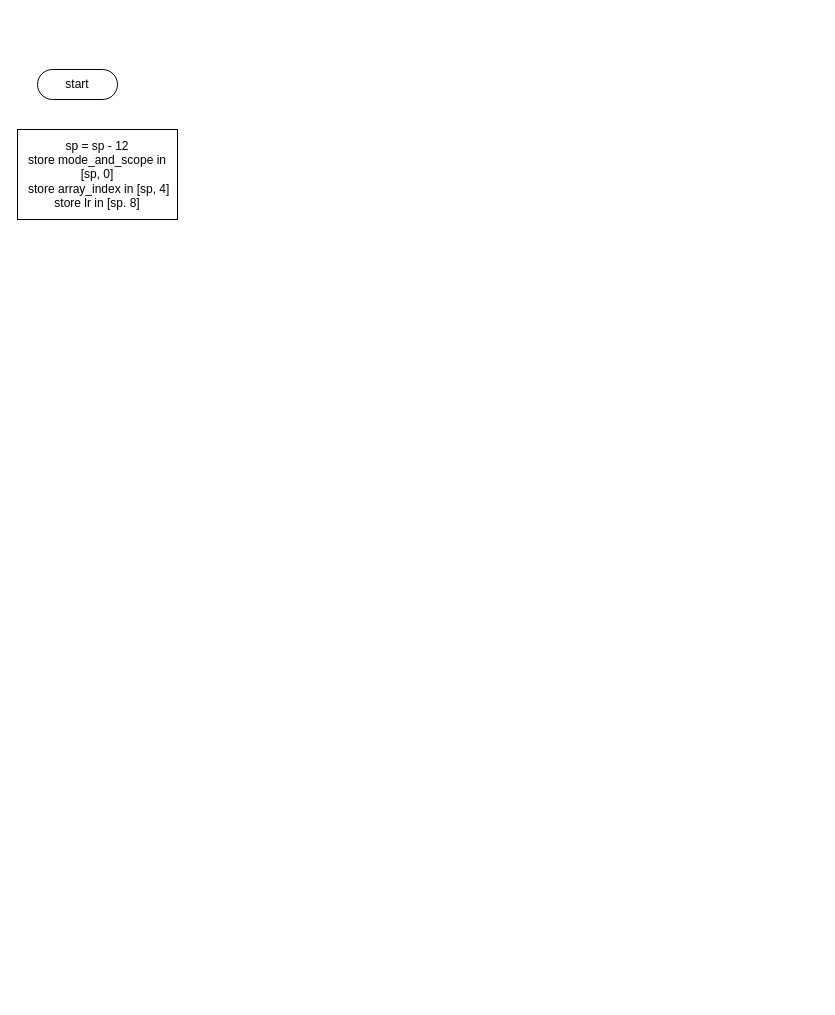
Before: flowChart.drawio in MJ159023/drawio, a draw.io diagram. Source tidied: cells renumbered, new cells numbered last; positions are measured from the earlier drawing's top-left corner, leaving out a move shared by most shapes. Both pictures are drawn from the tidied source at 100%, with x=0, y=0 at pixel (17, 69).
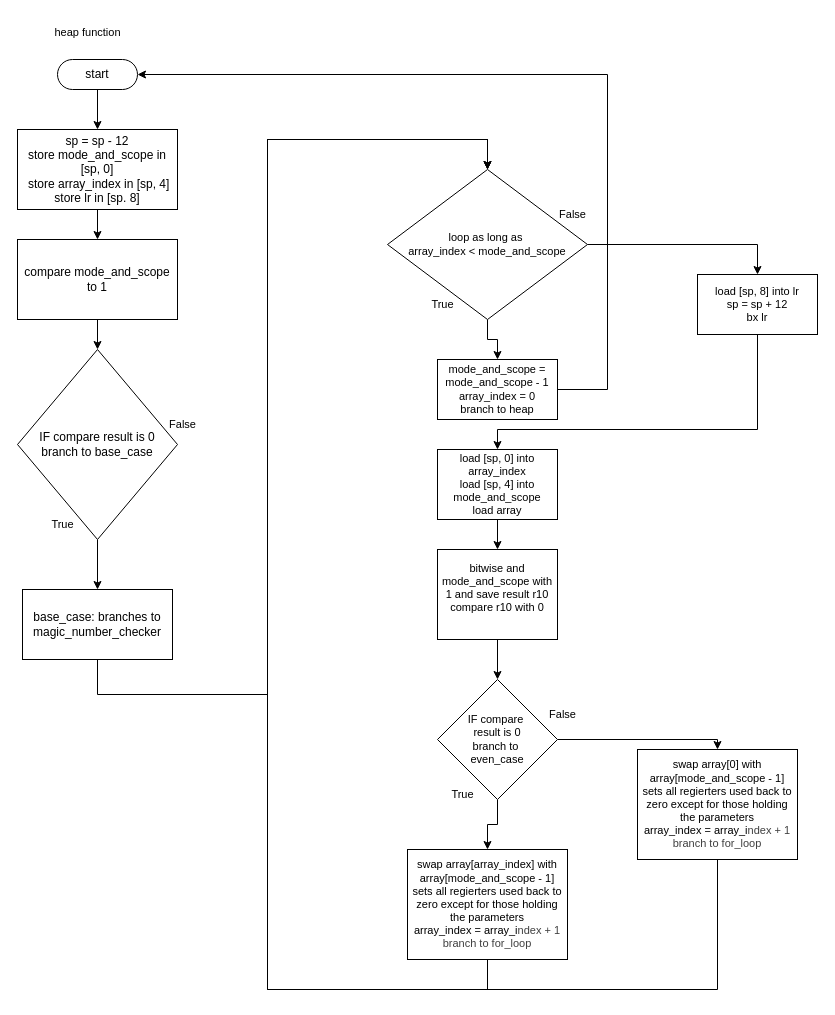
Above is the later version.

The edit, as a diff of the source:
```diff
@@
+    <mxCell id="4" style="edgeStyle=orthogonalEdgeStyle;shape=connector;rounded=0;html=1;strokeColor=default;align=center;verticalAlign=middle;fontFamily=Helvetica;fontSize=11;fontColor=default;labelBackgroundColor=default;endArrow=classic;" parent="1" edge="1" source="2" target="3">
+      <mxGeometry relative="1" as="geometry" />
+    </mxCell>
     <mxCell id="2" value="start" style="html=1;dashed=0;whiteSpace=wrap;shape=mxgraph.dfd.start;" parent="1" vertex="1">
-      <mxGeometry x="20" width="80" height="30" as="geometry" />
+      <mxGeometry x="40" y="-10" width="80" height="30" as="geometry" />
     </mxCell>
+    <mxCell id="5" style="edgeStyle=orthogonalEdgeStyle;shape=connector;rounded=0;html=1;exitX=0.5;exitY=1;exitDx=0;exitDy=0;entryX=0.5;entryY=0;entryDx=0;entryDy=0;strokeColor=default;align=center;verticalAlign=middle;fontFamily=Helvetica;fontSize=11;fontColor=default;labelBackgroundColor=default;endArrow=classic;" parent="1" edge="1" source="3" target="7">
+      <mxGeometry relative="1" as="geometry" />
+    </mxCell>
     <mxCell id="3" value="sp = sp - 12&lt;div&gt;store mode_and_scope in [sp, 0]&lt;/div&gt;&lt;div&gt;&amp;nbsp;store array_index in [sp, 4]&lt;/div&gt;&lt;div&gt;store lr in [sp. 8]&lt;/div&gt;" style="rounded=0;whiteSpace=wrap;html=1;" parent="1" vertex="1">
-      <mxGeometry y="60" width="160" height="90" as="geometry" />
+      <mxGeometry y="60" width="160" height="80" as="geometry" />
     </mxCell>
+    <mxCell id="6" style="edgeStyle=orthogonalEdgeStyle;shape=connector;rounded=0;html=1;exitX=0.5;exitY=1;exitDx=0;exitDy=0;entryX=0.5;entryY=0;entryDx=0;entryDy=0;strokeColor=default;align=center;verticalAlign=middle;fontFamily=Helvetica;fontSize=11;fontColor=default;labelBackgroundColor=default;endArrow=classic;" parent="1" edge="1" source="7" target="9">
+      <mxGeometry relative="1" as="geometry" />
+    </mxCell>
+    <mxCell id="7" value="compare mode_and_scope to 1" style="rounded=0;whiteSpace=wrap;html=1;" parent="1" vertex="1">
+      <mxGeometry y="170" width="160" height="80" as="geometry" />
+    </mxCell>
+    <mxCell id="8" style="edgeStyle=orthogonalEdgeStyle;html=1;exitX=0.5;exitY=1;exitDx=0;exitDy=0;rounded=0;" parent="1" edge="1" source="9" target="11">
+      <mxGeometry relative="1" as="geometry" />
+    </mxCell>
+    <mxCell id="9" value="IF compare result is 0&lt;div&gt;branch to base_case&lt;/div&gt;" style="rhombus;whiteSpace=wrap;html=1;" parent="1" vertex="1">
+      <mxGeometry y="280" width="160" height="190" as="geometry" />
+    </mxCell>
+    <mxCell id="10" style="edgeStyle=orthogonalEdgeStyle;html=1;exitX=0.5;exitY=1;exitDx=0;exitDy=0;rounded=0;entryX=0.5;entryY=0;entryDx=0;entryDy=0;" parent="1" edge="1" source="11" target="16">
+      <mxGeometry relative="1" as="geometry">
+        <Array as="points">
+          <mxPoint x="80" y="625" />
+          <mxPoint x="250" y="625" />
+          <mxPoint x="250" y="70" />
+          <mxPoint x="470" y="70" />
+        </Array>
+      </mxGeometry>
+    </mxCell>
+    <mxCell id="11" value="base_case: branches to magic_number_checker" style="rounded=0;whiteSpace=wrap;html=1;" parent="1" vertex="1">
+      <mxGeometry x="5" y="520" width="150" height="70" as="geometry" />
+    </mxCell>
+    <mxCell id="12" value="True" style="text;html=1;align=center;verticalAlign=middle;strokeColor=none;fillColor=none;fontFamily=Helvetica;fontSize=11;fontColor=default;labelBackgroundColor=default;" parent="1" vertex="1">
+      <mxGeometry x="20" y="440" width="50" height="30" as="geometry" />
+    </mxCell>
+    <mxCell id="13" value="False" style="text;html=1;align=center;verticalAlign=middle;strokeColor=none;fillColor=none;fontFamily=Helvetica;fontSize=11;fontColor=default;labelBackgroundColor=default;" parent="1" vertex="1">
+      <mxGeometry x="140" y="340" width="50" height="30" as="geometry" />
+    </mxCell>
+    <mxCell id="14" style="edgeStyle=orthogonalEdgeStyle;shape=connector;rounded=0;html=1;exitX=0.5;exitY=1;exitDx=0;exitDy=0;entryX=0.5;entryY=0;entryDx=0;entryDy=0;strokeColor=default;align=center;verticalAlign=middle;fontFamily=Helvetica;fontSize=11;fontColor=default;labelBackgroundColor=default;endArrow=classic;" parent="1" edge="1" source="16" target="19">
+      <mxGeometry relative="1" as="geometry" />
+    </mxCell>
+    <mxCell id="15" style="edgeStyle=orthogonalEdgeStyle;shape=connector;rounded=0;html=1;exitX=1;exitY=0.5;exitDx=0;exitDy=0;entryX=0.5;entryY=0;entryDx=0;entryDy=0;strokeColor=default;align=center;verticalAlign=middle;fontFamily=Helvetica;fontSize=11;fontColor=default;labelBackgroundColor=default;endArrow=classic;" parent="1" edge="1" source="16" target="23">
+      <mxGeometry relative="1" as="geometry" />
+    </mxCell>
+    <mxCell id="16" value="loop as long as&amp;nbsp;&lt;div&gt;array_index &amp;lt; mode_and_scope&lt;/div&gt;" style="rhombus;whiteSpace=wrap;html=1;fontFamily=Helvetica;fontSize=11;fontColor=default;labelBackgroundColor=default;" parent="1" vertex="1">
+      <mxGeometry x="370" y="100" width="200" height="150" as="geometry" />
+    </mxCell>
+    <mxCell id="17" value="True" style="text;html=1;align=center;verticalAlign=middle;strokeColor=none;fillColor=none;fontFamily=Helvetica;fontSize=11;fontColor=default;labelBackgroundColor=default;" parent="1" vertex="1">
+      <mxGeometry x="400" y="220" width="50" height="30" as="geometry" />
+    </mxCell>
+    <mxCell id="18" style="edgeStyle=orthogonalEdgeStyle;shape=connector;rounded=0;html=1;exitX=0;exitY=0.5;exitDx=0;exitDy=0;strokeColor=default;align=center;verticalAlign=middle;fontFamily=Helvetica;fontSize=11;fontColor=default;labelBackgroundColor=default;endArrow=classic;entryX=1;entryY=0.5;entryDx=0;entryDy=0;entryPerimeter=0;" parent="1" edge="1" source="19" target="2">
+      <mxGeometry relative="1" as="geometry">
+        <Array as="points">
+          <mxPoint x="590" y="320" />
+          <mxPoint x="590" y="5" />
+        </Array>
+      </mxGeometry>
+    </mxCell>
+    <mxCell id="19" value="mode_and_scope = mode_and_scope - 1&lt;div&gt;array_index = 0&lt;/div&gt;&lt;div&gt;branch to heap&lt;/div&gt;" style="rounded=0;whiteSpace=wrap;html=1;fontFamily=Helvetica;fontSize=11;fontColor=default;labelBackgroundColor=default;" parent="1" vertex="1">
+      <mxGeometry x="420" y="290" width="120" height="60" as="geometry" />
+    </mxCell>
+    <mxCell id="20" value="heap function" style="text;html=1;align=center;verticalAlign=middle;strokeColor=none;fillColor=none;fontFamily=Helvetica;fontSize=11;fontColor=default;labelBackgroundColor=default;" parent="1" vertex="1">
+      <mxGeometry x="25" y="-52" width="90" height="30" as="geometry" />
+    </mxCell>
+    <mxCell id="21" value="False" style="text;html=1;align=center;verticalAlign=middle;strokeColor=none;fillColor=none;fontFamily=Helvetica;fontSize=11;fontColor=default;labelBackgroundColor=default;" parent="1" vertex="1">
+      <mxGeometry x="530" y="130" width="50" height="30" as="geometry" />
+    </mxCell>
+    <mxCell id="22" style="edgeStyle=orthogonalEdgeStyle;shape=connector;rounded=0;html=1;exitX=0.5;exitY=1;exitDx=0;exitDy=0;entryX=0.5;entryY=0;entryDx=0;entryDy=0;strokeColor=default;align=center;verticalAlign=middle;fontFamily=Helvetica;fontSize=11;fontColor=default;labelBackgroundColor=default;endArrow=classic;" parent="1" edge="1" source="23" target="25">
+      <mxGeometry relative="1" as="geometry">
+        <Array as="points">
+          <mxPoint x="740" y="360" />
+          <mxPoint x="480" y="360" />
+        </Array>
+      </mxGeometry>
+    </mxCell>
+    <mxCell id="23" value="load [sp, 8] into lr&lt;div&gt;sp = sp + 12&lt;/div&gt;&lt;div&gt;bx lr&lt;/div&gt;" style="rounded=0;whiteSpace=wrap;html=1;fontFamily=Helvetica;fontSize=11;fontColor=default;labelBackgroundColor=default;" parent="1" vertex="1">
+      <mxGeometry x="680" y="205" width="120" height="60" as="geometry" />
+    </mxCell>
+    <mxCell id="24" style="edgeStyle=orthogonalEdgeStyle;shape=connector;rounded=0;html=1;exitX=0.5;exitY=1;exitDx=0;exitDy=0;entryX=0.5;entryY=0;entryDx=0;entryDy=0;strokeColor=default;align=center;verticalAlign=middle;fontFamily=Helvetica;fontSize=11;fontColor=default;labelBackgroundColor=default;endArrow=classic;" parent="1" edge="1" source="25" target="27">
+      <mxGeometry relative="1" as="geometry" />
+    </mxCell>
+    <mxCell id="25" value="load [sp, 0] into array_index&lt;div&gt;load [sp, 4] into mode_and_scope&lt;/div&gt;&lt;div&gt;load array&lt;/div&gt;" style="rounded=0;whiteSpace=wrap;html=1;fontFamily=Helvetica;fontSize=11;fontColor=default;labelBackgroundColor=default;" parent="1" vertex="1">
+      <mxGeometry x="420" y="380" width="120" height="70" as="geometry" />
+    </mxCell>
+    <mxCell id="26" style="edgeStyle=orthogonalEdgeStyle;shape=connector;rounded=0;html=1;exitX=0.5;exitY=1;exitDx=0;exitDy=0;entryX=0.5;entryY=0;entryDx=0;entryDy=0;strokeColor=default;align=center;verticalAlign=middle;fontFamily=Helvetica;fontSize=11;fontColor=default;labelBackgroundColor=default;endArrow=classic;" parent="1" edge="1" source="27" target="30">
+      <mxGeometry relative="1" as="geometry" />
+    </mxCell>
+    <mxCell id="27" value="bitwise and mode_and_scope with 1 and save result r10&lt;div&gt;&lt;font color=&quot;#000000&quot;&gt;compare r10 with 0&lt;br&gt;&lt;/font&gt;&lt;div&gt;&lt;br&gt;&lt;/div&gt;&lt;/div&gt;" style="rounded=0;whiteSpace=wrap;html=1;fontFamily=Helvetica;fontSize=11;fontColor=default;labelBackgroundColor=default;" parent="1" vertex="1">
+      <mxGeometry x="420" y="480" width="120" height="90" as="geometry" />
+    </mxCell>
+    <mxCell id="28" style="edgeStyle=orthogonalEdgeStyle;shape=connector;rounded=0;html=1;exitX=1;exitY=0.5;exitDx=0;exitDy=0;entryX=0.5;entryY=0;entryDx=0;entryDy=0;strokeColor=default;align=center;verticalAlign=middle;fontFamily=Helvetica;fontSize=11;fontColor=default;labelBackgroundColor=default;endArrow=classic;" parent="1" edge="1" source="30" target="36">
+      <mxGeometry relative="1" as="geometry" />
+    </mxCell>
+    <mxCell id="29" style="edgeStyle=orthogonalEdgeStyle;shape=connector;rounded=0;html=1;exitX=0.5;exitY=1;exitDx=0;exitDy=0;entryX=0.5;entryY=0;entryDx=0;entryDy=0;strokeColor=default;align=center;verticalAlign=middle;fontFamily=Helvetica;fontSize=11;fontColor=default;labelBackgroundColor=default;endArrow=classic;" parent="1" edge="1" source="30" target="34">
+      <mxGeometry relative="1" as="geometry" />
+    </mxCell>
+    <mxCell id="30" value="IF compare&amp;nbsp;&lt;div&gt;result is 0&lt;/div&gt;&lt;div&gt;branch to&amp;nbsp;&lt;/div&gt;&lt;div&gt;even_case&lt;/div&gt;" style="rhombus;whiteSpace=wrap;html=1;fontFamily=Helvetica;fontSize=11;fontColor=default;labelBackgroundColor=default;" parent="1" vertex="1">
+      <mxGeometry x="420" y="610" width="120" height="120" as="geometry" />
+    </mxCell>
+    <mxCell id="31" value="True" style="text;html=1;align=center;verticalAlign=middle;strokeColor=none;fillColor=none;fontFamily=Helvetica;fontSize=11;fontColor=default;labelBackgroundColor=default;" parent="1" vertex="1">
+      <mxGeometry x="420" y="710" width="50" height="30" as="geometry" />
+    </mxCell>
+    <mxCell id="32" value="False" style="text;html=1;align=center;verticalAlign=middle;strokeColor=none;fillColor=none;fontFamily=Helvetica;fontSize=11;fontColor=default;labelBackgroundColor=default;" parent="1" vertex="1">
+      <mxGeometry x="520" y="630" width="50" height="30" as="geometry" />
+    </mxCell>
+    <mxCell id="33" style="edgeStyle=orthogonalEdgeStyle;shape=connector;rounded=0;html=1;exitX=0.5;exitY=1;exitDx=0;exitDy=0;strokeColor=default;align=center;verticalAlign=middle;fontFamily=Helvetica;fontSize=11;fontColor=default;labelBackgroundColor=default;endArrow=classic;entryX=0.5;entryY=0;entryDx=0;entryDy=0;" parent="1" edge="1" source="34" target="16">
+      <mxGeometry relative="1" as="geometry">
+        <Array as="points">
+          <mxPoint x="470" y="920" />
+          <mxPoint x="250" y="920" />
+          <mxPoint x="250" y="70" />
+          <mxPoint x="470" y="70" />
+        </Array>
+      </mxGeometry>
+    </mxCell>
+    <mxCell id="34" value="swap array[array_index] with array[mode_and_scope - 1]&lt;div&gt;&lt;font color=&quot;#000000&quot;&gt;sets all regierters used back to zero except for those holding the parameters&lt;br&gt;&lt;/font&gt;&lt;div&gt;array_index = array_i&lt;span style=&quot;color: rgb(63, 63, 63); background-color: light-dark(#ffffff, var(--ge-dark-color, #121212));&quot;&gt;ndex + 1&lt;/span&gt;&lt;/div&gt;&lt;/div&gt;&lt;div&gt;&lt;span style=&quot;color: rgb(63, 63, 63); background-color: light-dark(#ffffff, var(--ge-dark-color, #121212));&quot;&gt;branch to for_loop&lt;/span&gt;&lt;/div&gt;" style="rounded=0;whiteSpace=wrap;html=1;fontFamily=Helvetica;fontSize=11;fontColor=default;labelBackgroundColor=default;" parent="1" vertex="1">
+      <mxGeometry x="390" y="780" width="160" height="110" as="geometry" />
+    </mxCell>
+    <mxCell id="35" style="edgeStyle=orthogonalEdgeStyle;shape=connector;rounded=0;html=1;exitX=0.5;exitY=1;exitDx=0;exitDy=0;strokeColor=default;align=center;verticalAlign=middle;fontFamily=Helvetica;fontSize=11;fontColor=default;labelBackgroundColor=default;endArrow=classic;entryX=0.5;entryY=0;entryDx=0;entryDy=0;" parent="1" edge="1" source="36" target="16">
+      <mxGeometry relative="1" as="geometry">
+        <Array as="points">
+          <mxPoint x="700" y="920" />
+          <mxPoint x="250" y="920" />
+          <mxPoint x="250" y="70" />
+          <mxPoint x="470" y="70" />
+        </Array>
+      </mxGeometry>
+    </mxCell>
+    <mxCell id="36" value="swap array[0] with array[mode_and_scope - 1]&lt;div&gt;&lt;font color=&quot;#000000&quot;&gt;sets all regierters used back to zero except for those holding the parameters&lt;br&gt;&lt;/font&gt;&lt;div&gt;array_index = array_i&lt;span style=&quot;color: rgb(63, 63, 63); background-color: light-dark(#ffffff, var(--ge-dark-color, #121212));&quot;&gt;ndex + 1&lt;/span&gt;&lt;/div&gt;&lt;/div&gt;&lt;div&gt;&lt;span style=&quot;color: rgb(63, 63, 63); background-color: light-dark(#ffffff, var(--ge-dark-color, #121212));&quot;&gt;branch to for_loop&lt;/span&gt;&lt;/div&gt;" style="rounded=0;whiteSpace=wrap;html=1;fontFamily=Helvetica;fontSize=11;fontColor=default;labelBackgroundColor=default;" parent="1" vertex="1">
+      <mxGeometry x="620" y="680" width="160" height="110" as="geometry" />
+    </mxCell>
```
